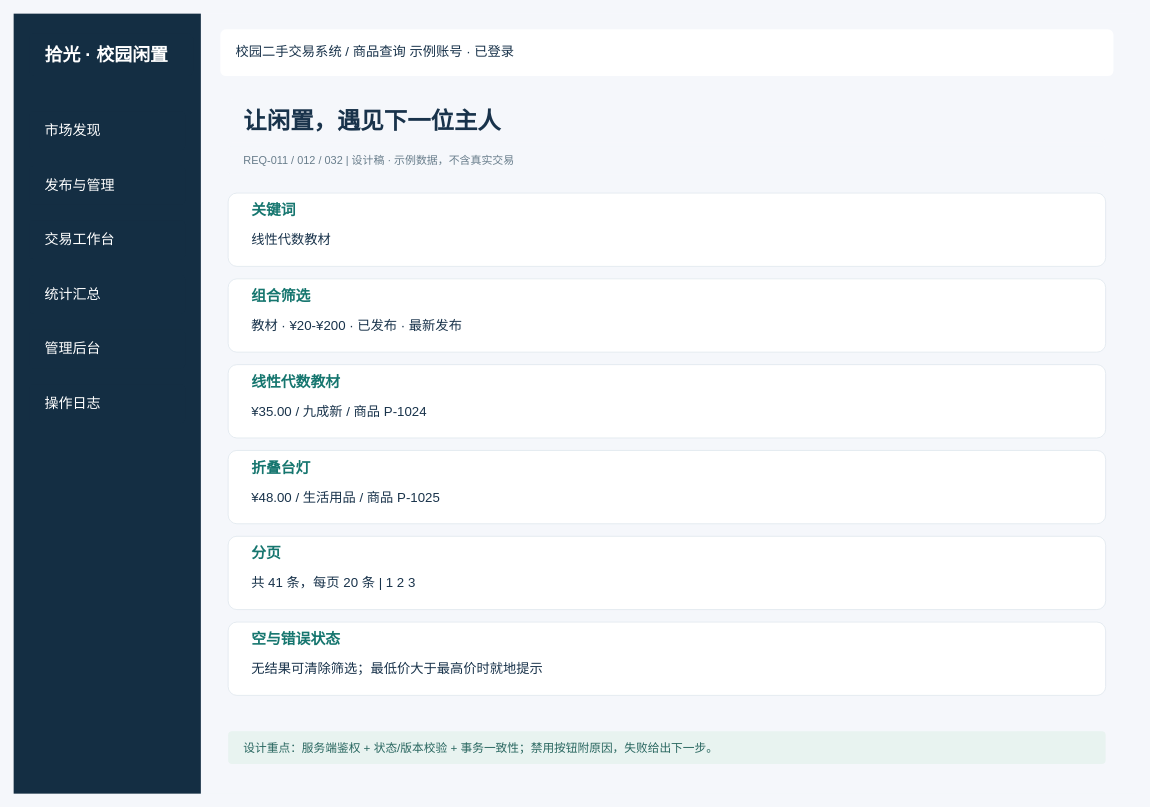
Above: page "02_市场查询" (2 of 12) of UI界面/校园二手交易UI.drawio in AAAyuanweihua/software-engineering-lab1-requirements (draw.io), before the change. Source tidied: cells renumbered, new cells numbered last; positions are measured from the earlier drawing's top-left corner, leaving out a move shared by most shapes. Both pictures are drawn from the tidied source at 78%, with x=0, y=0 at pixel (13, 13).
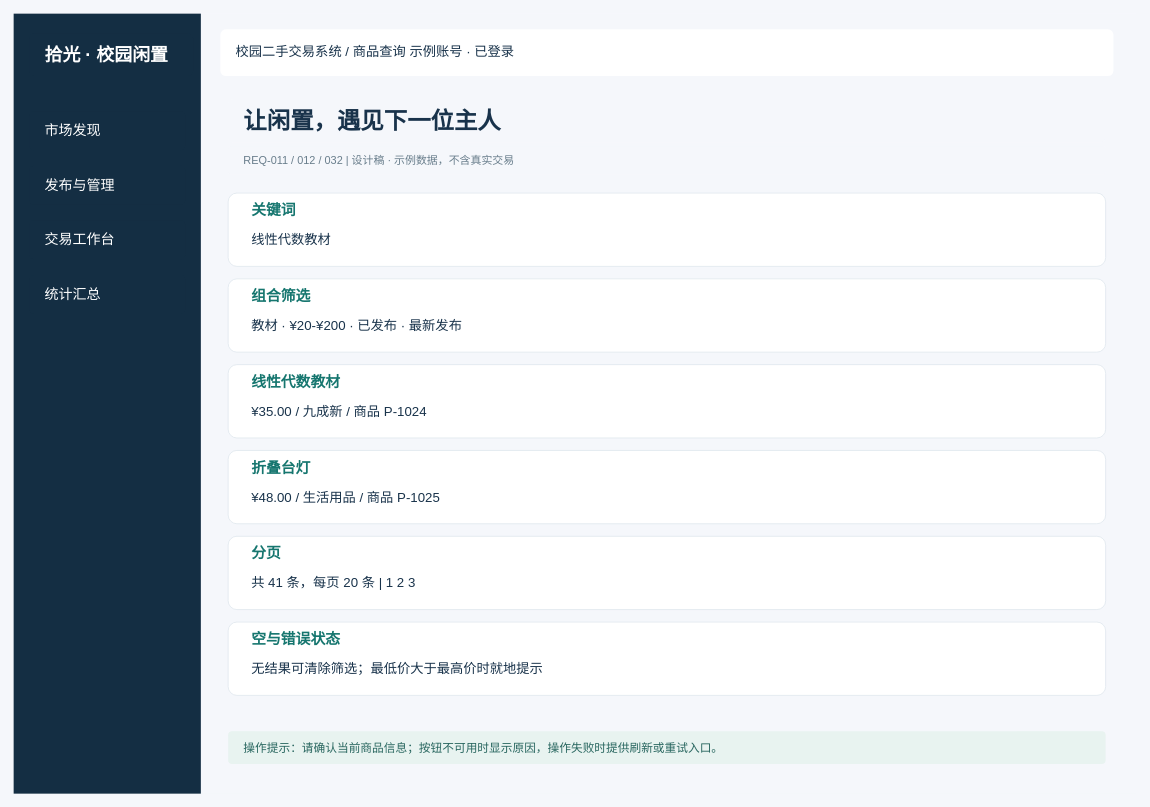
The same page after the edit.

The edit, as a diff of the source:
```diff
@@
-    <mxCell id="9" value="管理后台" style="rounded=1;whiteSpace=wrap;html=0;fillColor=#142E43;strokeColor=none;fontFamily=Microsoft YaHei;fontSize=18;fontColor=#FFFFFF;fontStyle=0;align=left;verticalAlign=middle;spacingLeft=18;spacingRight=15;arcSize=12;" parent="1" vertex="1">
-      <mxGeometry x="20" y="405" width="200" height="50" as="geometry" />
-    </mxCell>
-    <mxCell id="10" value="操作日志" style="rounded=1;whiteSpace=wrap;html=0;fillColor=#142E43;strokeColor=none;fontFamily=Microsoft YaHei;fontSize=18;fontColor=#FFFFFF;fontStyle=0;align=left;verticalAlign=middle;spacingLeft=18;spacingRight=15;arcSize=12;" parent="1" vertex="1">
-      <mxGeometry x="20" y="475" width="200" height="50" as="geometry" />
-    </mxCell>
@@
-    <mxCell id="32" value="设计重点：服务端鉴权 + 状态/版本校验 + 事务一致性；禁用按钮附原因，失败给出下一步。" style="rounded=1;whiteSpace=wrap;html=0;fillColor=#E8F3F0;strokeColor=none;fontFamily=Microsoft YaHei;fontSize=15;fontColor=#28665F;fontStyle=0;align=left;verticalAlign=middle;spacingLeft=18;spacingRight=15;arcSize=12;" parent="1" vertex="1">
+    <mxCell id="32" value="操作提示：请确认当前商品信息；按钮不可用时显示原因，操作失败时提供刷新或重试入口。" style="rounded=1;whiteSpace=wrap;html=0;fillColor=#E8F3F0;strokeColor=none;fontFamily=Microsoft YaHei;fontSize=15;fontColor=#28665F;fontStyle=0;align=left;verticalAlign=middle;spacingLeft=18;spacingRight=15;arcSize=12;" parent="1" vertex="1">
       <mxGeometry x="275" y="920" width="1125" height="42" as="geometry" />
     </mxCell>
```
